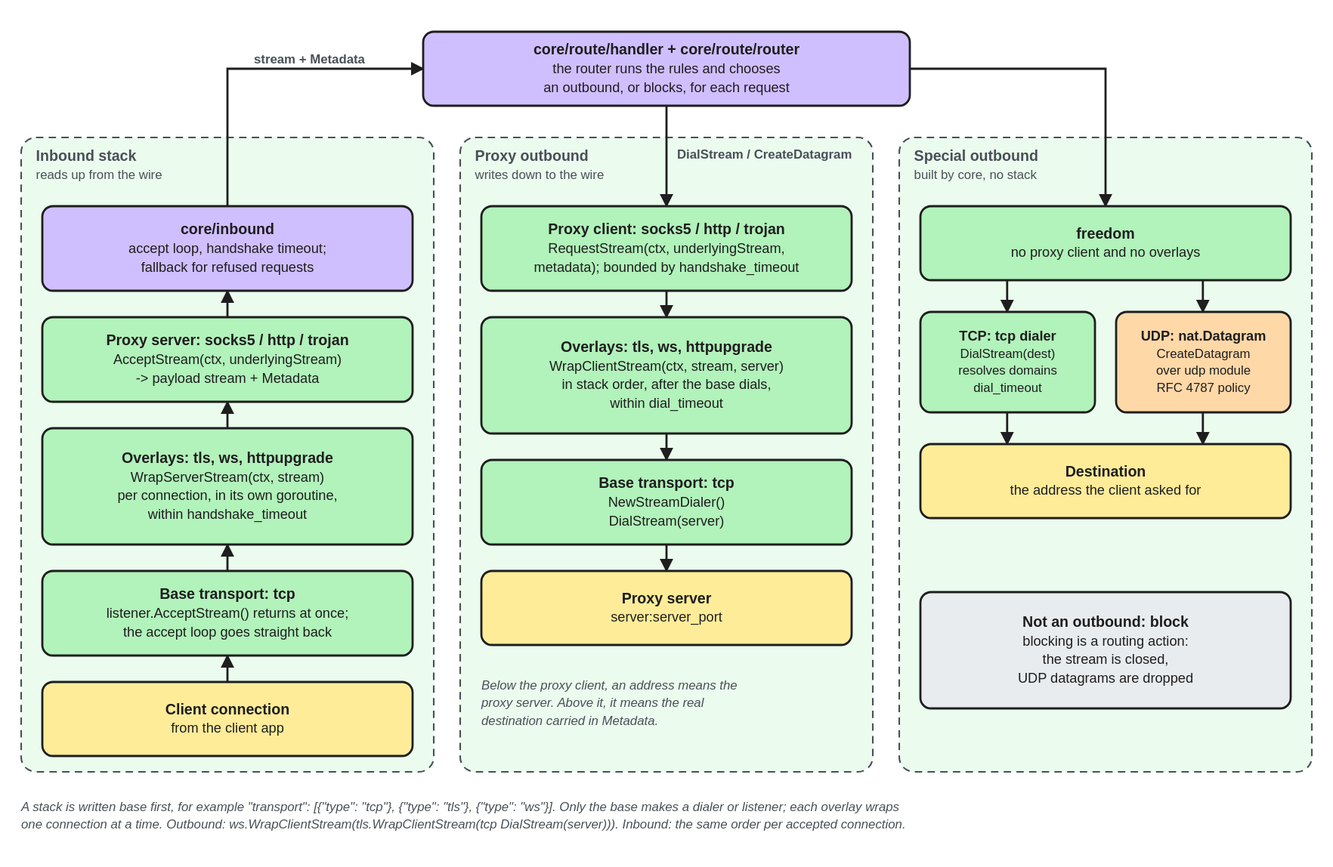
This is docs/assets/diagrams/stack-composition.excalidraw.svg from we-apranik/apranik, a Excalidraw export, as it was before one commit. Source tidied: one line per element, renumbered; positions are measured from the earlier drawing's top-left corner, leaving out a move shared by most shapes.
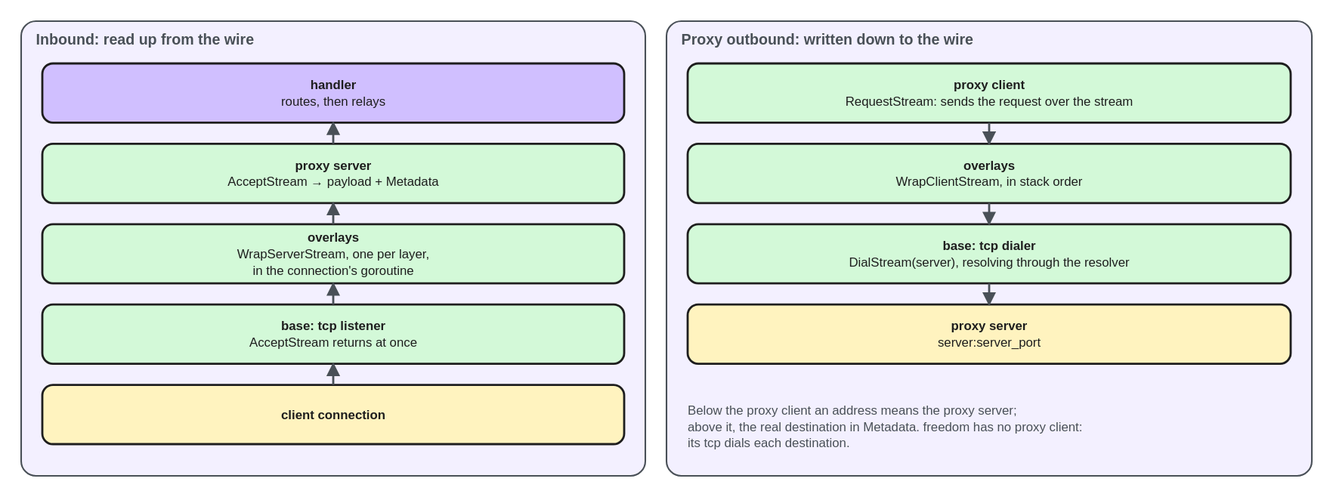
The same diagram one commit later.

The edit, as a diff of the source:
```diff
@@ -1,54 +1,30 @@
-{"id": 0, "type": "rectangle", "strokeColor": "#495057", "backgroundColor": "#ebfbee", "fillStyle": "solid", "strokeWidth": 1, "strokeStyle": "dashed", "roughness": 0, "round": true, "x": 0, "y": 100, "width": 390, "height": 600}
-{"id": 1, "type": "text", "text": "Inbound stack\nreads up from the wire", "strokeColor": "#495057", "strokeWidth": 2, "roughness": 0, "fontSize": 14, "fontFamily": 2, "verticalAlign": "middle", "x": 14, "y": 108, "width": 362, "height": 35}
-{"id": 2, "type": "rectangle", "strokeColor": "#495057", "backgroundColor": "#ebfbee", "fillStyle": "solid", "strokeWidth": 1, "strokeStyle": "dashed", "roughness": 0, "round": true, "x": 415, "y": 100, "width": 390, "height": 600}
-{"id": 3, "type": "text", "text": "Proxy outbound\nwrites down to the wire", "strokeColor": "#495057", "strokeWidth": 2, "roughness": 0, "fontSize": 14, "fontFamily": 2, "verticalAlign": "middle", "x": 429, "y": 108, "width": 362, "height": 35}
-{"id": 4, "type": "rectangle", "strokeColor": "#495057", "backgroundColor": "#ebfbee", "fillStyle": "solid", "strokeWidth": 1, "strokeStyle": "dashed", "roughness": 0, "round": true, "x": 830, "y": 100, "width": 390, "height": 600}
-{"id": 5, "type": "text", "text": "Special outbound\nbuilt by core, no stack", "strokeColor": "#495057", "strokeWidth": 2, "roughness": 0, "fontSize": 14, "fontFamily": 2, "verticalAlign": "middle", "x": 844, "y": 108, "width": 362, "height": 35}
-{"id": 6, "type": "rectangle", "strokeColor": "#1e1e1e", "backgroundColor": "#d0bfff", "fillStyle": "solid", "strokeWidth": 2, "roughness": 0, "round": true, "x": 380, "y": 0, "width": 460, "height": 70}
-{"id": 7, "type": "text", "text": "core/route/handler + core/route/router\nthe router runs the rules and chooses\nan outbound, or blocks, for each request", "strokeColor": "#1e1e1e", "strokeWidth": 2, "roughness": 0, "fontSize": 13, "fontFamily": 2, "textAlign": "center", "verticalAlign": "middle", "inside": 6, "x": 380, "y": 0, "width": 460, "height": 49}
-{"id": 8, "type": "rectangle", "strokeColor": "#1e1e1e", "backgroundColor": "#ffec99", "fillStyle": "solid", "strokeWidth": 2, "roughness": 0, "round": true, "x": 20, "y": 615, "width": 350, "height": 70}
-{"id": 9, "type": "text", "text": "Client connection\nfrom the client app", "strokeColor": "#1e1e1e", "strokeWidth": 2, "roughness": 0, "fontSize": 13, "fontFamily": 2, "textAlign": "center", "verticalAlign": "middle", "inside": 8, "x": 20, "y": 615, "width": 350, "height": 32}
-{"id": 10, "type": "rectangle", "strokeColor": "#1e1e1e", "backgroundColor": "#b2f2bb", "fillStyle": "solid", "strokeWidth": 2, "roughness": 0, "round": true, "x": 20, "y": 510, "width": 350, "height": 80}
-{"id": 11, "type": "text", "text": "Base transport: tcp\nlistener.AcceptStream() returns at once;\nthe accept loop goes straight back", "strokeColor": "#1e1e1e", "strokeWidth": 2, "roughness": 0, "fontSize": 13, "fontFamily": 2, "textAlign": "center", "verticalAlign": "middle", "inside": 10, "x": 20, "y": 510, "width": 350, "height": 49}
-{"id": 12, "type": "rectangle", "strokeColor": "#1e1e1e", "backgroundColor": "#b2f2bb", "fillStyle": "solid", "strokeWidth": 2, "roughness": 0, "round": true, "x": 20, "y": 375, "width": 350, "height": 110}
-{"id": 13, "type": "text", "text": "Overlays: tls, ws, httpupgrade\nWrapServerStream(ctx, stream)\nper connection, in its own goroutine,\nwithin handshake_timeout", "strokeColor": "#1e1e1e", "strokeWidth": 2, "roughness": 0, "fontSize": 13, "fontFamily": 2, "textAlign": "center", "verticalAlign": "middle", "inside": 12, "x": 20, "y": 375, "width": 350, "height": 65}
-{"id": 14, "type": "rectangle", "strokeColor": "#1e1e1e", "backgroundColor": "#b2f2bb", "fillStyle": "solid", "strokeWidth": 2, "roughness": 0, "round": true, "x": 20, "y": 270, "width": 350, "height": 80}
-{"id": 15, "type": "text", "text": "Proxy server: socks5 / http / trojan\nAcceptStream(ctx, underlyingStream)\n-> payload stream + Metadata", "strokeColor": "#1e1e1e", "strokeWidth": 2, "roughness": 0, "fontSize": 13, "fontFamily": 2, "textAlign": "center", "verticalAlign": "middle", "inside": 14, "x": 20, "y": 270, "width": 350, "height": 49}
-{"id": 16, "type": "rectangle", "strokeColor": "#1e1e1e", "backgroundColor": "#d0bfff", "fillStyle": "solid", "strokeWidth": 2, "roughness": 0, "round": true, "x": 20, "y": 165, "width": 350, "height": 80}
-{"id": 17, "type": "text", "text": "core/inbound\naccept loop, handshake timeout;\nfallback for refused requests", "strokeColor": "#1e1e1e", "strokeWidth": 2, "roughness": 0, "fontSize": 13, "fontFamily": 2, "textAlign": "center", "verticalAlign": "middle", "inside": 16, "x": 20, "y": 165, "width": 350, "height": 49}
-{"id": 18, "type": "arrow", "strokeColor": "#1e1e1e", "strokeWidth": 2, "roughness": 0, "endArrowhead": "arrow", "from": 8, "to": 10, "x": 195, "y": 615, "width": 0, "height": 25, "points": [[0, 0], [0, -25]]}
-{"id": 19, "type": "arrow", "strokeColor": "#1e1e1e", "strokeWidth": 2, "roughness": 0, "endArrowhead": "arrow", "from": 10, "to": 12, "x": 195, "y": 510, "width": 0, "height": 25, "points": [[0, 0], [0, -25]]}
-{"id": 20, "type": "arrow", "strokeColor": "#1e1e1e", "strokeWidth": 2, "roughness": 0, "endArrowhead": "arrow", "from": 12, "to": 14, "x": 195, "y": 375, "width": 0, "height": 25, "points": [[0, 0], [0, -25]]}
-{"id": 21, "type": "arrow", "strokeColor": "#1e1e1e", "strokeWidth": 2, "roughness": 0, "endArrowhead": "arrow", "from": 14, "to": 16, "x": 195, "y": 270, "width": 0, "height": 25, "points": [[0, 0], [0, -25]]}
-{"id": 22, "type": "arrow", "strokeColor": "#1e1e1e", "strokeWidth": 2, "roughness": 0, "endArrowhead": "arrow", "from": 16, "to": 6, "x": 195, "y": 165, "width": 185, "height": 130, "points": [[0, 0], [0, -130], [185, -130]]}
-{"id": 23, "type": "text", "text": "stream + Metadata", "strokeColor": "#495057", "strokeWidth": 2, "roughness": 0, "fontSize": 12, "fontFamily": 2, "verticalAlign": "middle", "x": 220, "y": 18, "width": 136, "height": 15}
-{"id": 24, "type": "rectangle", "strokeColor": "#1e1e1e", "backgroundColor": "#b2f2bb", "fillStyle": "solid", "strokeWidth": 2, "roughness": 0, "round": true, "x": 435, "y": 165, "width": 350, "height": 80}
-{"id": 25, "type": "text", "text": "Proxy client: socks5 / http / trojan\nRequestStream(ctx, underlyingStream,\nmetadata); bounded by handshake_timeout", "strokeColor": "#1e1e1e", "strokeWidth": 2, "roughness": 0, "fontSize": 13, "fontFamily": 2, "textAlign": "center", "verticalAlign": "middle", "inside": 24, "x": 435, "y": 165, "width": 350, "height": 49}
-{"id": 26, "type": "rectangle", "strokeColor": "#1e1e1e", "backgroundColor": "#b2f2bb", "fillStyle": "solid", "strokeWidth": 2, "roughness": 0, "round": true, "x": 435, "y": 270, "width": 350, "height": 110}
-{"id": 27, "type": "text", "text": "Overlays: tls, ws, httpupgrade\nWrapClientStream(ctx, stream, server)\nin stack order, after the base dials,\nwithin dial_timeout", "strokeColor": "#1e1e1e", "strokeWidth": 2, "roughness": 0, "fontSize": 13, "fontFamily": 2, "textAlign": "center", "verticalAlign": "middle", "inside": 26, "x": 435, "y": 270, "width": 350, "height": 65}
-{"id": 28, "type": "rectangle", "strokeColor": "#1e1e1e", "backgroundColor": "#b2f2bb", "fillStyle": "solid", "strokeWidth": 2, "roughness": 0, "round": true, "x": 435, "y": 405, "width": 350, "height": 80}
-{"id": 29, "type": "text", "text": "Base transport: tcp\nNewStreamDialer()\nDialStream(server)", "strokeColor": "#1e1e1e", "strokeWidth": 2, "roughness": 0, "fontSize": 13, "fontFamily": 2, "textAlign": "center", "verticalAlign": "middle", "inside": 28, "x": 435, "y": 405, "width": 350, "height": 49}
-{"id": 30, "type": "rectangle", "strokeColor": "#1e1e1e", "backgroundColor": "#ffec99", "fillStyle": "solid", "strokeWidth": 2, "roughness": 0, "round": true, "x": 435, "y": 510, "width": 350, "height": 70}
-{"id": 31, "type": "text", "text": "Proxy server\nserver:server_port", "strokeColor": "#1e1e1e", "strokeWidth": 2, "roughness": 0, "fontSize": 13, "fontFamily": 2, "textAlign": "center", "verticalAlign": "middle", "inside": 30, "x": 435, "y": 510, "width": 350, "height": 32}
-{"id": 32, "type": "arrow", "strokeColor": "#1e1e1e", "strokeWidth": 2, "roughness": 0, "endArrowhead": "arrow", "from": 6, "to": 24, "x": 610, "y": 70, "width": 0, "height": 95, "points": [[0, 0], [0, 95]]}
-{"id": 33, "type": "text", "text": "DialStream / CreateDatagram", "strokeColor": "#495057", "strokeWidth": 2, "roughness": 0, "fontSize": 12, "fontFamily": 2, "verticalAlign": "middle", "x": 620, "y": 108, "width": 216, "height": 15}
-{"id": 34, "type": "arrow", "strokeColor": "#1e1e1e", "strokeWidth": 2, "roughness": 0, "endArrowhead": "arrow", "from": 26, "to": 28, "x": 610, "y": 380, "width": 0, "height": 25, "points": [[0, 0], [0, 25]]}
-{"id": 35, "type": "arrow", "strokeColor": "#1e1e1e", "strokeWidth": 2, "roughness": 0, "endArrowhead": "arrow", "from": 28, "to": 30, "x": 610, "y": 485, "width": 0, "height": 25, "points": [[0, 0], [0, 25]]}
-{"id": 36, "type": "arrow", "strokeColor": "#1e1e1e", "strokeWidth": 2, "roughness": 0, "endArrowhead": "arrow", "from": 24, "to": 26, "x": 610, "y": 245, "width": 0, "height": 25, "points": [[0, 0], [0, 25]]}
-{"id": 37, "type": "text", "text": "Below the proxy client, an address means the\nproxy server. Above it, it means the real\ndestination carried in Metadata.", "strokeColor": "#495057", "strokeWidth": 2, "roughness": 0, "fontSize": 12, "fontFamily": 2, "verticalAlign": "middle", "x": 435, "y": 610, "width": 350, "height": 45}
-{"id": 38, "type": "rectangle", "strokeColor": "#1e1e1e", "backgroundColor": "#b2f2bb", "fillStyle": "solid", "strokeWidth": 2, "roughness": 0, "round": true, "x": 850, "y": 165, "width": 350, "height": 70}
-{"id": 39, "type": "text", "text": "freedom\nno proxy client and no overlays", "strokeColor": "#1e1e1e", "strokeWidth": 2, "roughness": 0, "fontSize": 13, "fontFamily": 2, "textAlign": "center", "verticalAlign": "middle", "inside": 38, "x": 850, "y": 165, "width": 350, "height": 32}
-{"id": 40, "type": "rectangle", "strokeColor": "#1e1e1e", "backgroundColor": "#b2f2bb", "fillStyle": "solid", "strokeWidth": 2, "roughness": 0, "round": true, "x": 850, "y": 265, "width": 165, "height": 95}
-{"id": 41, "type": "text", "text": "TCP: tcp dialer\nDialStream(dest)\nresolves domains\ndial_timeout", "strokeColor": "#1e1e1e", "strokeWidth": 2, "roughness": 0, "fontSize": 12, "fontFamily": 2, "textAlign": "center", "verticalAlign": "middle", "inside": 40, "x": 850, "y": 265, "width": 165, "height": 60}
-{"id": 42, "type": "rectangle", "strokeColor": "#1e1e1e", "backgroundColor": "#ffd8a8", "fillStyle": "solid", "strokeWidth": 2, "roughness": 0, "round": true, "x": 1035, "y": 265, "width": 165, "height": 95}
-{"id": 43, "type": "text", "text": "UDP: nat.Datagram\nCreateDatagram\nover udp module\nRFC 4787 policy", "strokeColor": "#1e1e1e", "strokeWidth": 2, "roughness": 0, "fontSize": 12, "fontFamily": 2, "textAlign": "center", "verticalAlign": "middle", "inside": 42, "x": 1035, "y": 265, "width": 165, "height": 60}
-{"id": 44, "type": "rectangle", "strokeColor": "#1e1e1e", "backgroundColor": "#ffec99", "fillStyle": "solid", "strokeWidth": 2, "roughness": 0, "round": true, "x": 850, "y": 390, "width": 350, "height": 70}
-{"id": 45, "type": "text", "text": "Destination\nthe address the client asked for", "strokeColor": "#1e1e1e", "strokeWidth": 2, "roughness": 0, "fontSize": 13, "fontFamily": 2, "textAlign": "center", "verticalAlign": "middle", "inside": 44, "x": 850, "y": 390, "width": 350, "height": 32}
-{"id": 46, "type": "rectangle", "strokeColor": "#1e1e1e", "backgroundColor": "#e9ecef", "fillStyle": "solid", "strokeWidth": 2, "roughness": 0, "round": true, "x": 850, "y": 530, "width": 350, "height": 110}
-{"id": 47, "type": "text", "text": "Not an outbound: block\nblocking is a routing action:\nthe stream is closed,\nUDP datagrams are dropped", "strokeColor": "#1e1e1e", "strokeWidth": 2, "roughness": 0, "fontSize": 13, "fontFamily": 2, "textAlign": "center", "verticalAlign": "middle", "inside": 46, "x": 850, "y": 530, "width": 350, "height": 65}
-{"id": 48, "type": "arrow", "strokeColor": "#1e1e1e", "strokeWidth": 2, "roughness": 0, "endArrowhead": "arrow", "from": 6, "to": 38, "x": 840, "y": 35, "width": 185, "height": 130, "points": [[0, 0], [185, 0], [185, 130]]}
-{"id": 49, "type": "arrow", "strokeColor": "#1e1e1e", "strokeWidth": 2, "roughness": 0, "endArrowhead": "arrow", "from": 38, "to": 40, "x": 932, "y": 235, "width": 0, "height": 30, "points": [[0, 0], [0, 30]]}
-{"id": 50, "type": "arrow", "strokeColor": "#1e1e1e", "strokeWidth": 2, "roughness": 0, "endArrowhead": "arrow", "from": 38, "to": 42, "x": 1117, "y": 235, "width": 0, "height": 30, "points": [[0, 0], [0, 30]]}
-{"id": 51, "type": "arrow", "strokeColor": "#1e1e1e", "strokeWidth": 2, "roughness": 0, "endArrowhead": "arrow", "from": 40, "to": 44, "x": 932, "y": 360, "width": 0, "height": 30, "points": [[0, 0], [0, 30]]}
-{"id": 52, "type": "arrow", "strokeColor": "#1e1e1e", "strokeWidth": 2, "roughness": 0, "endArrowhead": "arrow", "from": 42, "to": 44, "x": 1117, "y": 360, "width": 0, "height": 30, "points": [[0, 0], [0, 30]]}
-{"id": 53, "type": "text", "text": "A stack is written base first, for example \"transport\": [{\"type\": \"tcp\"}, {\"type\": \"tls\"}, {\"type\": \"ws\"}]. Only the base makes a dialer or listener; each overlay wraps\none connection at a time (ADR 0022). Outbound: ws.WrapClientStream(tls.WrapClientStream(tcp DialStream(server))). Inbound: the same order per accepted connection.", "strokeColor": "#495057", "strokeWidth": 2, "roughness": 0, "fontSize": 12, "fontFamily": 2, "verticalAlign": "middle", "x": 0, "y": 725, "width": 1220, "height": 30}
+{"id": 54, "type": "rectangle", "strokeColor": "#495057", "backgroundColor": "#f3f0ff", "fillStyle": "solid", "strokeWidth": 1, "roughness": 0, "round": true, "x": 0, "y": -10, "width": 590, "height": 430}
+{"id": 55, "type": "text", "text": "Inbound: read up from the wire", "strokeColor": "#495057", "strokeWidth": 2, "roughness": 0, "fontSize": 14, "fontFamily": 2, "verticalAlign": "middle", "x": 14, "y": -2, "width": 562, "height": 18}
+{"id": 56, "type": "rectangle", "strokeColor": "#1e1e1e", "backgroundColor": "#d0bfff", "fillStyle": "solid", "strokeWidth": 2, "roughness": 0, "round": true, "x": 20, "y": 30, "width": 550, "height": 56}
+{"id": 57, "type": "text", "text": "handler\nroutes, then relays", "strokeColor": "#1e1e1e", "strokeWidth": 2, "roughness": 0, "fontSize": 12, "fontFamily": 2, "textAlign": "center", "verticalAlign": "middle", "inside": 56, "x": 20, "y": 43, "width": 550, "height": 30}
+{"id": 58, "type": "rectangle", "strokeColor": "#1e1e1e", "backgroundColor": "#d3f9d8", "fillStyle": "solid", "strokeWidth": 2, "roughness": 0, "round": true, "x": 20, "y": 106, "width": 550, "height": 56}
+{"id": 59, "type": "text", "text": "proxy server\nAcceptStream → payload + Metadata", "strokeColor": "#1e1e1e", "strokeWidth": 2, "roughness": 0, "fontSize": 12, "fontFamily": 2, "textAlign": "center", "verticalAlign": "middle", "inside": 58, "x": 20, "y": 119, "width": 550, "height": 30}
+{"id": 60, "type": "arrow", "strokeColor": "#495057", "strokeWidth": 2, "roughness": 0, "endArrowhead": "arrow", "from": 58, "to": 56, "x": 295, "y": 106, "width": 0, "height": 20, "points": [[0, 0], [0, -20]]}
+{"id": 61, "type": "rectangle", "strokeColor": "#1e1e1e", "backgroundColor": "#d3f9d8", "fillStyle": "solid", "strokeWidth": 2, "roughness": 0, "round": true, "x": 20, "y": 182, "width": 550, "height": 56}
+{"id": 62, "type": "text", "text": "overlays\nWrapServerStream, one per layer,\nin the connection's goroutine", "strokeColor": "#1e1e1e", "strokeWidth": 2, "roughness": 0, "fontSize": 12, "fontFamily": 2, "textAlign": "center", "verticalAlign": "middle", "inside": 61, "x": 20, "y": 188, "width": 550, "height": 45}
+{"id": 63, "type": "arrow", "strokeColor": "#495057", "strokeWidth": 2, "roughness": 0, "endArrowhead": "arrow", "from": 61, "to": 58, "x": 295, "y": 182, "width": 0, "height": 20, "points": [[0, 0], [0, -20]]}
+{"id": 64, "type": "rectangle", "strokeColor": "#1e1e1e", "backgroundColor": "#d3f9d8", "fillStyle": "solid", "strokeWidth": 2, "roughness": 0, "round": true, "x": 20, "y": 258, "width": 550, "height": 56}
+{"id": 65, "type": "text", "text": "base: tcp listener\nAcceptStream returns at once", "strokeColor": "#1e1e1e", "strokeWidth": 2, "roughness": 0, "fontSize": 12, "fontFamily": 2, "textAlign": "center", "verticalAlign": "middle", "inside": 64, "x": 20, "y": 271, "width": 550, "height": 30}
+{"id": 66, "type": "arrow", "strokeColor": "#495057", "strokeWidth": 2, "roughness": 0, "endArrowhead": "arrow", "from": 64, "to": 61, "x": 295, "y": 258, "width": 0, "height": 20, "points": [[0, 0], [0, -20]]}
+{"id": 67, "type": "rectangle", "strokeColor": "#1e1e1e", "backgroundColor": "#fff3bf", "fillStyle": "solid", "strokeWidth": 2, "roughness": 0, "round": true, "x": 20, "y": 334, "width": 550, "height": 56}
+{"id": 68, "type": "text", "text": "client connection", "strokeColor": "#1e1e1e", "strokeWidth": 2, "roughness": 0, "fontSize": 12, "fontFamily": 2, "textAlign": "center", "verticalAlign": "middle", "inside": 67, "x": 20, "y": 354, "width": 550, "height": 15}
+{"id": 69, "type": "arrow", "strokeColor": "#495057", "strokeWidth": 2, "roughness": 0, "endArrowhead": "arrow", "from": 67, "to": 64, "x": 295, "y": 334, "width": 0, "height": 20, "points": [[0, 0], [0, -20]]}
+{"id": 70, "type": "rectangle", "strokeColor": "#495057", "backgroundColor": "#f3f0ff", "fillStyle": "solid", "strokeWidth": 1, "roughness": 0, "round": true, "x": 610, "y": -10, "width": 610, "height": 430}
+{"id": 71, "type": "text", "text": "Proxy outbound: written down to the wire", "strokeColor": "#495057", "strokeWidth": 2, "roughness": 0, "fontSize": 14, "fontFamily": 2, "verticalAlign": "middle", "x": 624, "y": -2, "width": 582, "height": 18}
+{"id": 72, "type": "rectangle", "strokeColor": "#1e1e1e", "backgroundColor": "#d3f9d8", "fillStyle": "solid", "strokeWidth": 2, "roughness": 0, "round": true, "x": 630, "y": 30, "width": 570, "height": 56}
+{"id": 73, "type": "text", "text": "proxy client\nRequestStream: sends the request over the stream", "strokeColor": "#1e1e1e", "strokeWidth": 2, "roughness": 0, "fontSize": 12, "fontFamily": 2, "textAlign": "center", "verticalAlign": "middle", "inside": 72, "x": 630, "y": 43, "width": 570, "height": 30}
+{"id": 74, "type": "rectangle", "strokeColor": "#1e1e1e", "backgroundColor": "#d3f9d8", "fillStyle": "solid", "strokeWidth": 2, "roughness": 0, "round": true, "x": 630, "y": 106, "width": 570, "height": 56}
+{"id": 75, "type": "text", "text": "overlays\nWrapClientStream, in stack order", "strokeColor": "#1e1e1e", "strokeWidth": 2, "roughness": 0, "fontSize": 12, "fontFamily": 2, "textAlign": "center", "verticalAlign": "middle", "inside": 74, "x": 630, "y": 119, "width": 570, "height": 30}
+{"id": 76, "type": "arrow", "strokeColor": "#495057", "strokeWidth": 2, "roughness": 0, "endArrowhead": "arrow", "from": 72, "to": 74, "x": 915, "y": 86, "width": 0, "height": 20, "points": [[0, 0], [0, 20]]}
+{"id": 77, "type": "rectangle", "strokeColor": "#1e1e1e", "backgroundColor": "#d3f9d8", "fillStyle": "solid", "strokeWidth": 2, "roughness": 0, "round": true, "x": 630, "y": 182, "width": 570, "height": 56}
+{"id": 78, "type": "text", "text": "base: tcp dialer\nDialStream(server), resolving through the resolver", "strokeColor": "#1e1e1e", "strokeWidth": 2, "roughness": 0, "fontSize": 12, "fontFamily": 2, "textAlign": "center", "verticalAlign": "middle", "inside": 77, "x": 630, "y": 195, "width": 570, "height": 30}
+{"id": 79, "type": "arrow", "strokeColor": "#495057", "strokeWidth": 2, "roughness": 0, "endArrowhead": "arrow", "from": 74, "to": 77, "x": 915, "y": 162, "width": 0, "height": 20, "points": [[0, 0], [0, 20]]}
+{"id": 80, "type": "rectangle", "strokeColor": "#1e1e1e", "backgroundColor": "#fff3bf", "fillStyle": "solid", "strokeWidth": 2, "roughness": 0, "round": true, "x": 630, "y": 258, "width": 570, "height": 56}
+{"id": 81, "type": "text", "text": "proxy server\nserver:server_port", "strokeColor": "#1e1e1e", "strokeWidth": 2, "roughness": 0, "fontSize": 12, "fontFamily": 2, "textAlign": "center", "verticalAlign": "middle", "inside": 80, "x": 630, "y": 271, "width": 570, "height": 30}
+{"id": 82, "type": "arrow", "strokeColor": "#495057", "strokeWidth": 2, "roughness": 0, "endArrowhead": "arrow", "from": 77, "to": 80, "x": 915, "y": 238, "width": 0, "height": 20, "points": [[0, 0], [0, 20]]}
+{"id": 83, "type": "text", "text": "Below the proxy client an address means the proxy server;\nabove it, the real destination in Metadata. freedom has no proxy client:\nits tcp dials each destination.", "strokeColor": "#495057", "strokeWidth": 2, "roughness": 0, "fontSize": 12, "fontFamily": 2, "verticalAlign": "middle", "x": 630, "y": 350, "width": 570, "height": 45}
```
